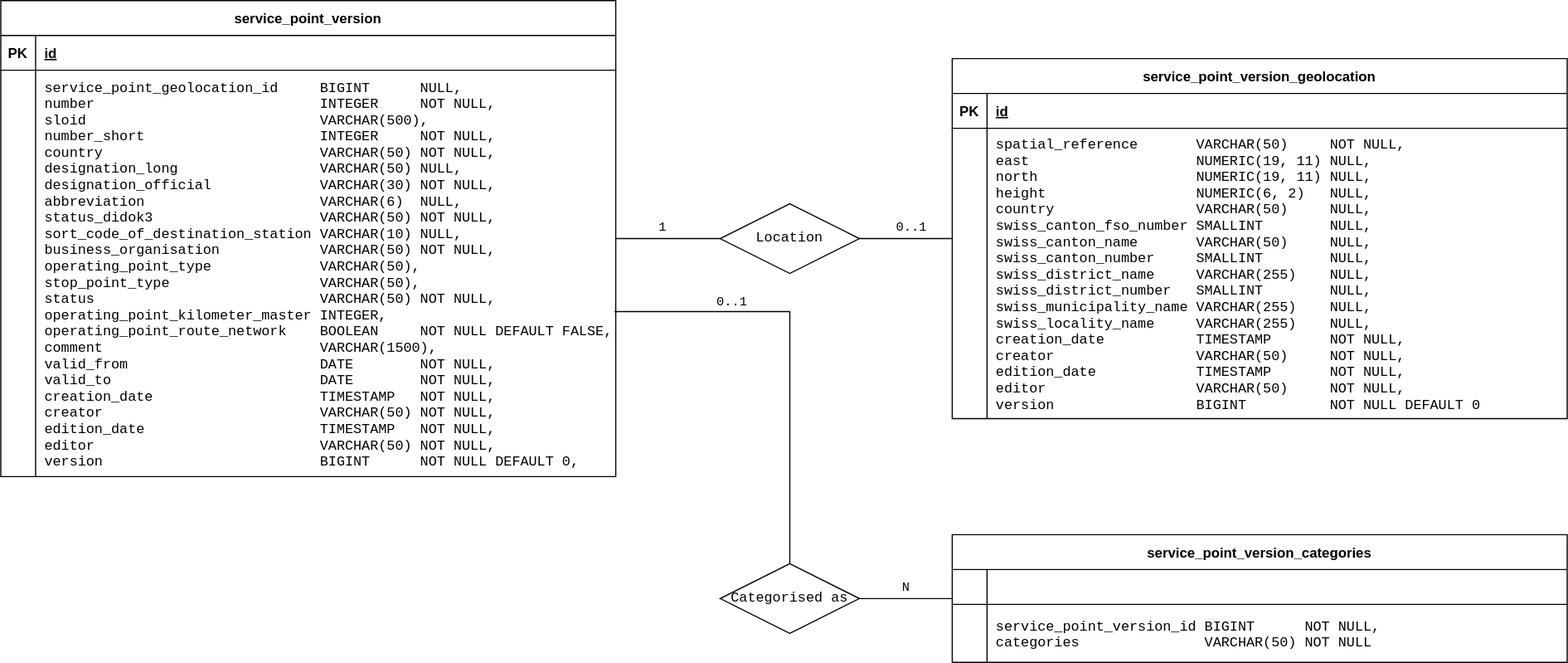
Before: service-point-directory/src/docs/db-service-point.svg, a diagram exported from draw.io (iuccio/atlas). Source tidied: cells renumbered, new cells last; positions are measured from the earlier drawing's top-left corner, leaving out a move shared by most shapes.
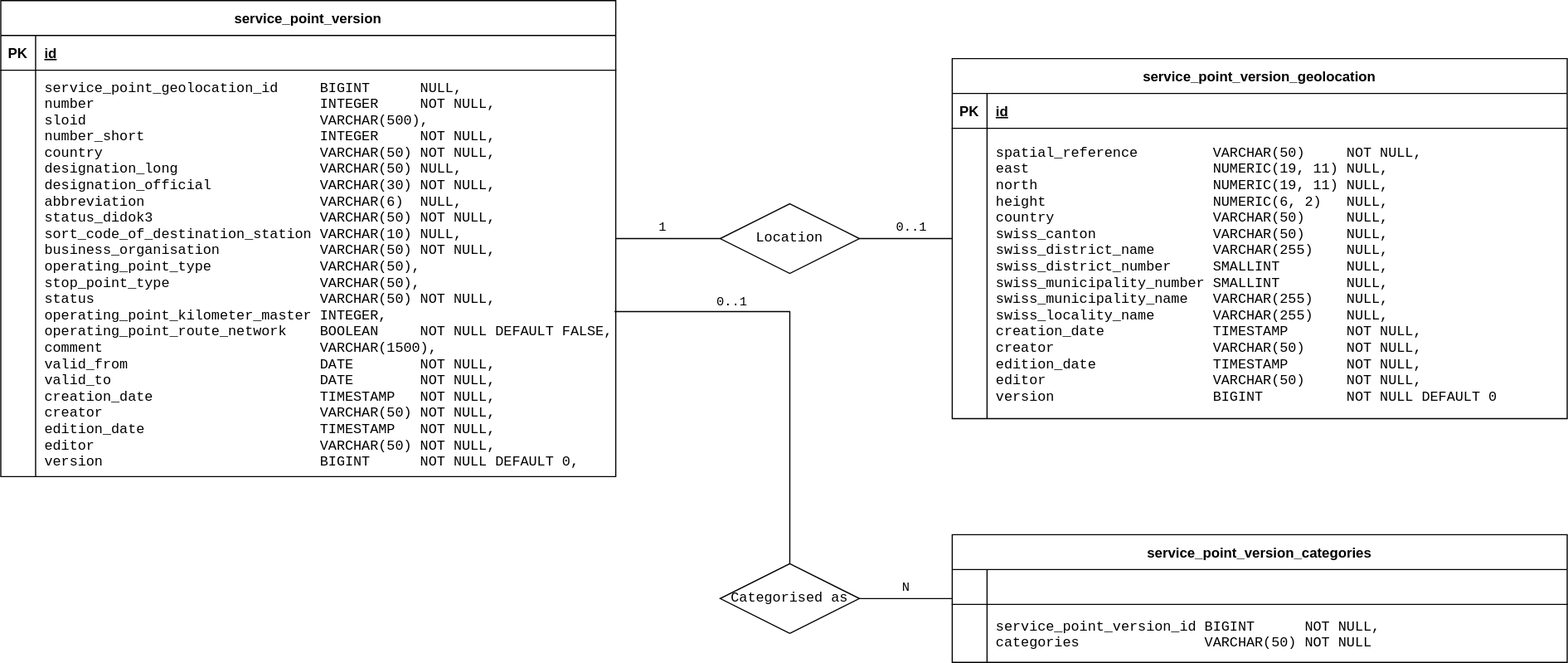
After the change.

Diff of the diagram source:
```diff
@@ -41,7 +41,7 @@
     <mxCell id="14" style="shape=partialRectangle;overflow=hidden;fillColor=none;top=0;left=0;bottom=0;right=0;" parent="13" vertex="1">
       <mxGeometry width="30" height="250" as="geometry" />
     </mxCell>
-    <mxCell id="15" value="spatial_reference       VARCHAR(50)     NOT NULL,&#10;east                    NUMERIC(19, 11) NULL,&#10;north                   NUMERIC(19, 11) NULL,&#10;height                  NUMERIC(6, 2)   NULL,&#10;country                 VARCHAR(50)     NULL,&#10;swiss_canton_fso_number SMALLINT        NULL,&#10;swiss_canton_name       VARCHAR(50)     NULL,&#10;swiss_canton_number     SMALLINT        NULL,&#10;swiss_district_name     VARCHAR(255)    NULL,&#10;swiss_district_number   SMALLINT        NULL,&#10;swiss_municipality_name VARCHAR(255)    NULL,&#10;swiss_locality_name     VARCHAR(255)    NULL,&#10;creation_date           TIMESTAMP       NOT NULL,&#10;creator                 VARCHAR(50)     NOT NULL,&#10;edition_date            TIMESTAMP       NOT NULL,&#10;editor                  VARCHAR(50)     NOT NULL,&#10;version                 BIGINT          NOT NULL DEFAULT 0" style="shape=partialRectangle;overflow=hidden;fillColor=none;top=0;left=0;bottom=0;right=0;align=left;spacingLeft=6;fontFamily=Courier New;" parent="13" vertex="1">
+    <mxCell id="15" value="spatial_reference         VARCHAR(50)     NOT NULL,&#10;east                      NUMERIC(19, 11) NULL,&#10;north                     NUMERIC(19, 11) NULL,&#10;height                    NUMERIC(6, 2)   NULL,&#10;country                   VARCHAR(50)     NULL,&#10;swiss_canton              VARCHAR(50)     NULL,&#10;swiss_district_name       VARCHAR(255)    NULL,&#10;swiss_district_number     SMALLINT        NULL,&#10;swiss_municipality_number SMALLINT        NULL,&#10;swiss_municipality_name   VARCHAR(255)    NULL,&#10;swiss_locality_name       VARCHAR(255)    NULL,&#10;creation_date             TIMESTAMP       NOT NULL,&#10;creator                   VARCHAR(50)     NOT NULL,&#10;edition_date              TIMESTAMP       NOT NULL,&#10;editor                    VARCHAR(50)     NOT NULL,&#10;version                   BIGINT          NOT NULL DEFAULT 0" style="shape=partialRectangle;overflow=hidden;fillColor=none;top=0;left=0;bottom=0;right=0;align=left;spacingLeft=6;fontFamily=Courier New;" parent="13" vertex="1">
       <mxGeometry x="30" width="500" height="250" as="geometry" />
     </mxCell>
     <mxCell id="16" value="service_point_version_categories" style="shape=table;startSize=30;rowLines=0;fontStyle=1;align=center;" parent="1" vertex="1">
```
